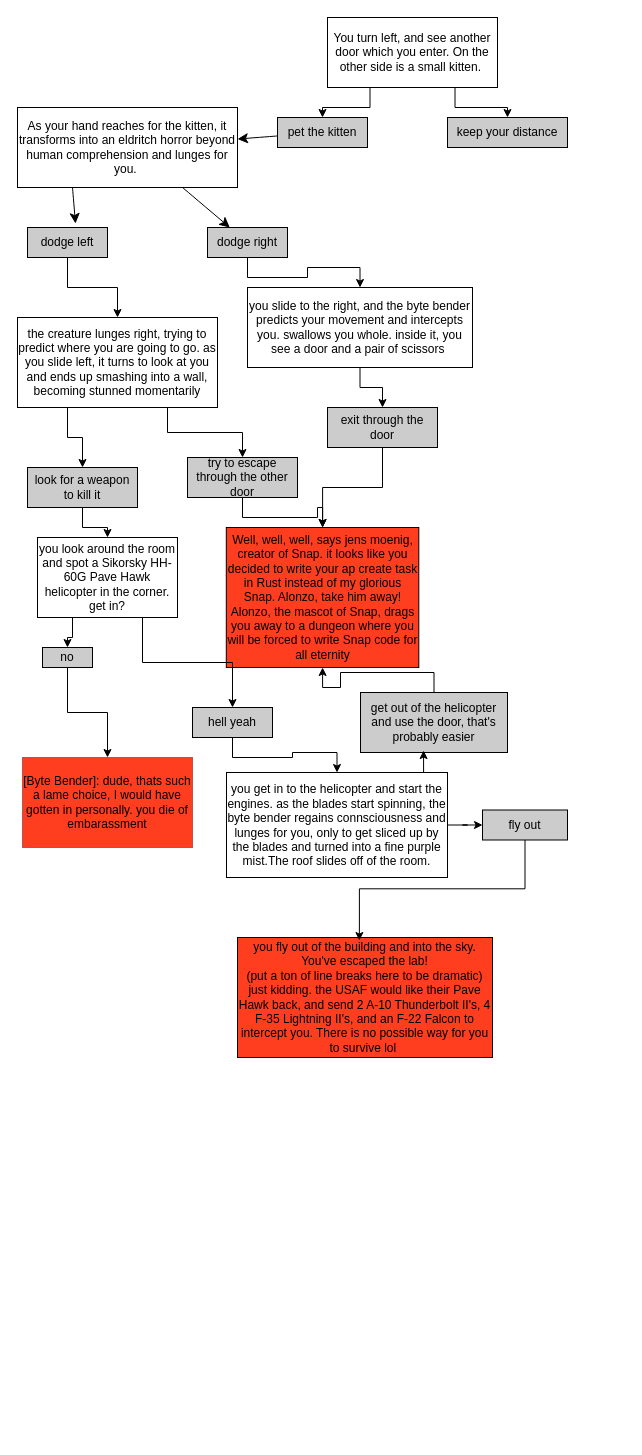
The draw.io diagram page "byte bender" (3 of 3) of cyoa/diagram.drawio in bean-frog/text-adventure, before the edit. Source tidied: cells renumbered, new cells numbered last; positions are measured from the earlier drawing's top-left corner, leaving out a move shared by most shapes. Both pictures are drawn from the tidied source at 100%, with x=0, y=0 at pixel (17, 17).
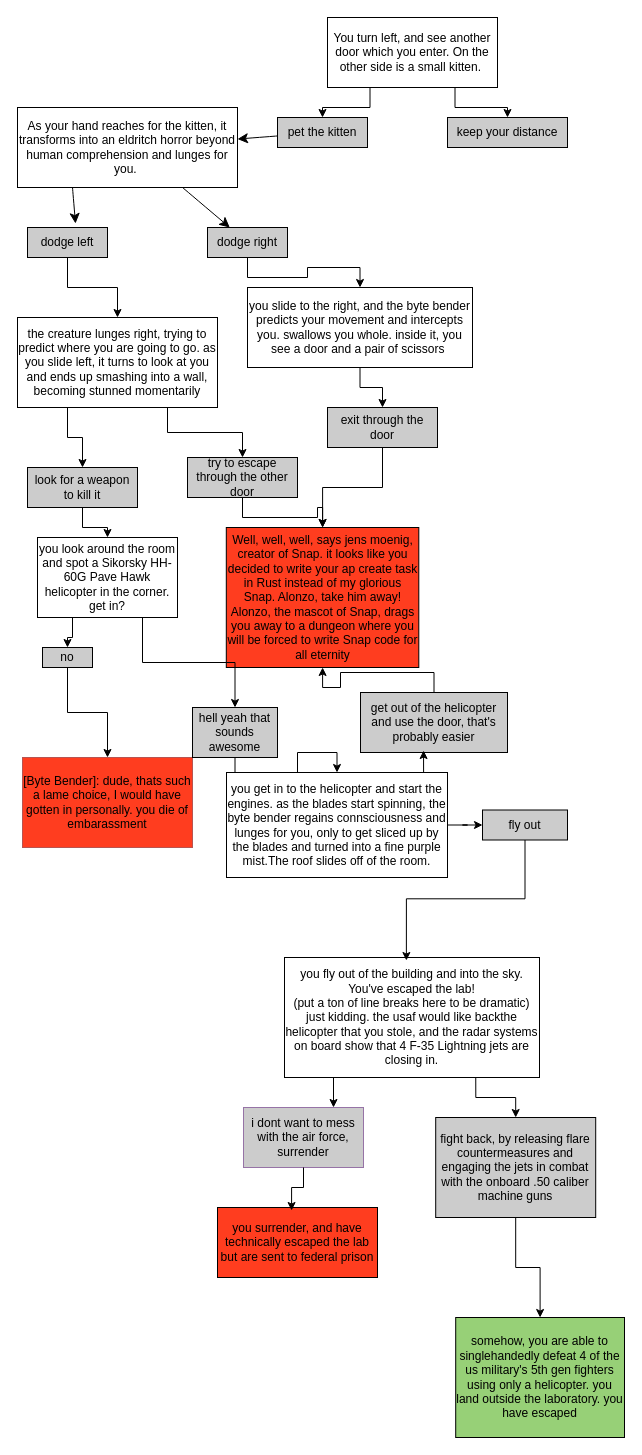
The same page after the edit.

Diff of the diagram source:
```diff
@@
-    <mxCell id="30" value="hell yeah" style="rounded=0;whiteSpace=wrap;html=1;fillColor=#CCCCCC;" parent="1" vertex="1">
-      <mxGeometry x="175" y="690" width="80" height="30" as="geometry" />
+    <mxCell id="30" value="hell yeah that sounds awesome" style="rounded=0;whiteSpace=wrap;html=1;fillColor=#CCCCCC;" parent="1" vertex="1">
+      <mxGeometry x="175" y="690" width="85" height="50" as="geometry" />
     </mxCell>
@@
+    <mxCell id="43" style="edgeStyle=orthogonalEdgeStyle;rounded=0;jettySize=auto;html=1;exitX=0.25;exitY=1;exitDx=0;exitDy=0;entryX=0.75;entryY=0;entryDx=0;entryDy=0;" parent="1" edge="1" source="37" target="45">
+      <mxGeometry relative="1" as="geometry" />
+    </mxCell>
+    <mxCell id="44" style="edgeStyle=orthogonalEdgeStyle;rounded=0;jettySize=auto;html=1;exitX=0.75;exitY=1;exitDx=0;exitDy=0;entryX=0.5;entryY=0;entryDx=0;entryDy=0;" parent="1" edge="1" source="37" target="49">
+      <mxGeometry relative="1" as="geometry" />
+    </mxCell>
-    <mxCell id="37" value="you fly out of the building and into the sky. You've escaped the lab!&lt;br&gt;(put a ton of line breaks here to be dramatic)&lt;div&gt;just kidding. the USAF would like their Pave Hawk back, and send 2 A-10 Thunderbolt II's, 4 F-35 Lightning II's, and an F-22 Falcon to intercept you. There is no possible way for you to survive lol&amp;nbsp;&lt;/div&gt;" style="rounded=0;whiteSpace=wrap;html=1;fillColor=#FF3D1F;" parent="1" vertex="1">
-      <mxGeometry x="220" y="920" width="255" height="120" as="geometry" />
+    <mxCell id="37" value="you fly out of the building and into the sky. You've escaped the lab!&lt;br&gt;(put a ton of line breaks here to be dramatic)&lt;div&gt;just kidding. the usaf would like backthe helicopter that you stole, and the radar systems on board show that 4 F-35 Lightning jets are closing in.&lt;/div&gt;" style="rounded=0;whiteSpace=wrap;html=1;" parent="1" vertex="1">
+      <mxGeometry x="267" y="940" width="255" height="120" as="geometry" />
     </mxCell>
@@
+    <mxCell id="45" value="i dont want to mess with the air force, surrender" style="rounded=0;whiteSpace=wrap;html=1;fillColor=#CCCCCC;strokeColor=#9673a6;" parent="1" vertex="1">
+      <mxGeometry x="226" y="1090" width="120" height="60" as="geometry" />
+    </mxCell>
+    <mxCell id="46" value="you surrender, and have technically escaped the lab but are sent to federal prison" style="rounded=0;whiteSpace=wrap;html=1;fillColor=#FF3D1F;" parent="1" vertex="1">
+      <mxGeometry x="200" y="1190" width="160" height="70" as="geometry" />
+    </mxCell>
+    <mxCell id="47" style="edgeStyle=orthogonalEdgeStyle;rounded=0;jettySize=auto;html=1;exitX=0.5;exitY=1;exitDx=0;exitDy=0;entryX=0.463;entryY=0.043;entryDx=0;entryDy=0;entryPerimeter=0;" parent="1" edge="1" source="45" target="46">
+      <mxGeometry relative="1" as="geometry" />
+    </mxCell>
+    <mxCell id="48" style="edgeStyle=orthogonalEdgeStyle;rounded=0;jettySize=auto;html=1;" parent="1" edge="1" source="49" target="50">
+      <mxGeometry relative="1" as="geometry" />
+    </mxCell>
+    <mxCell id="49" value="fight back, by releasing flare countermeasures and engaging the jets in combat with the onboard .50 caliber machine guns" style="rounded=0;whiteSpace=wrap;html=1;fillColor=#CCCCCC;" parent="1" vertex="1">
+      <mxGeometry x="418.2" y="1100" width="160" height="100" as="geometry" />
+    </mxCell>
+    <mxCell id="50" value="somehow, you are able to singlehandedly defeat 4 of the us military's 5th gen fighters using only a helicopter. you land outside the laboratory. you have escaped" style="whiteSpace=wrap;html=1;fillColor=#97D077;rounded=0;" parent="1" vertex="1">
+      <mxGeometry x="438.2" y="1300" width="168.8" height="120" as="geometry" />
+    </mxCell>
```
